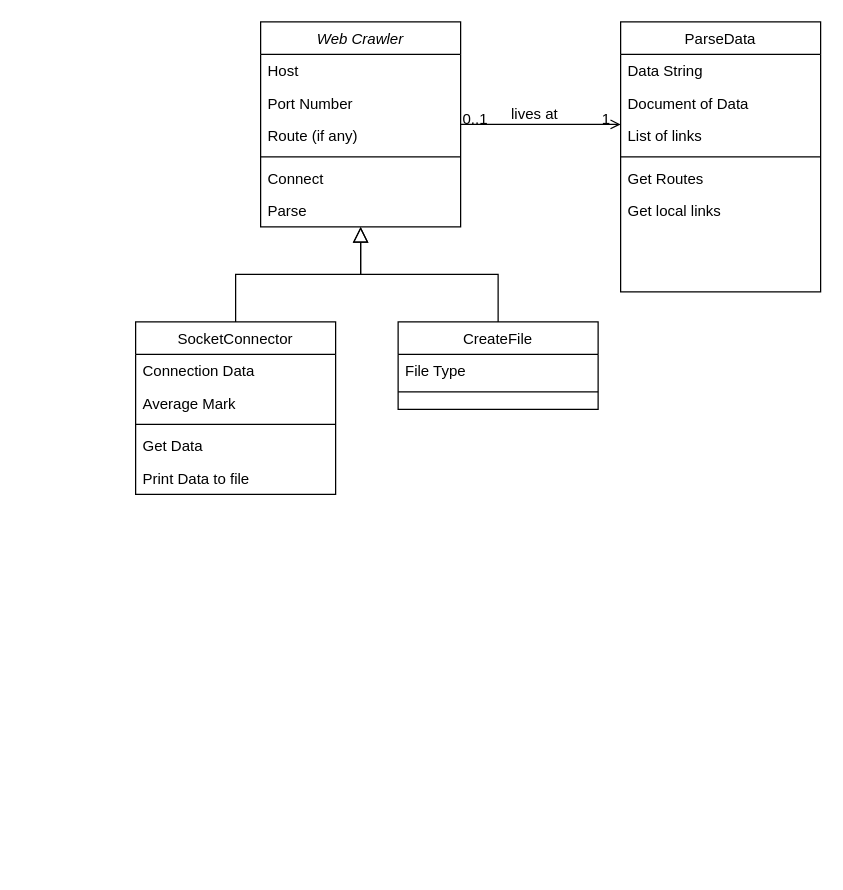
The draw.io diagram lib/src/main/java/com/josiah/training/exercises/spider/websiteSpider.drawio in 0xjosiah/intro-to-java, before the edit. Source tidied: cells renumbered, new cells numbered last; positions are measured from the earlier drawing's top-left corner, leaving out a move shared by most shapes. Both pictures are drawn from the tidied source at 125%, with x=0, y=0 at pixel (135, 21).
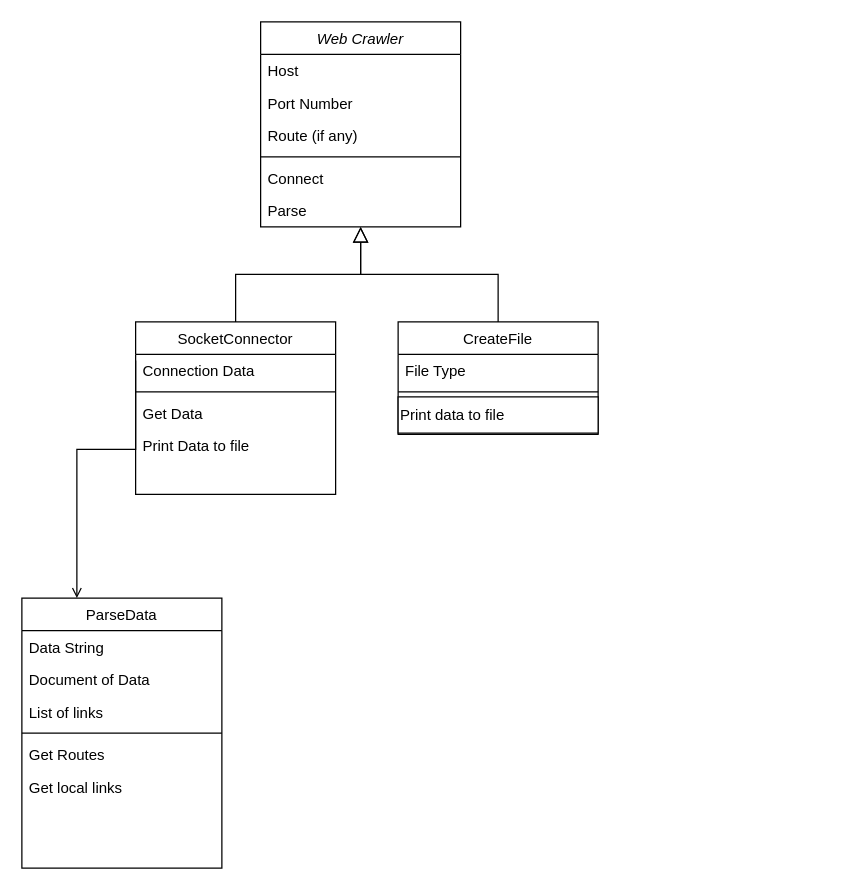
The same page after the edit.

The change refers to these unchanged cells:
```xml
<mxCell id="2" value="Web Crawler" style="swimlane;fontStyle=2;align=center;verticalAlign=top;horizontal=1;startSize=26;rounded=0;shadow=0;strokeWidth=1;" parent="1" vertex="1">
  <mxGeometry x="100" width="160" height="164" as="geometry" />
</mxCell>
<mxCell id="9" value="SocketConnector" style="swimlane;fontStyle=0;align=center;verticalAlign=top;horizontal=1;startSize=26;rounded=0;shadow=0;strokeWidth=1;" parent="1" vertex="1">
  <mxGeometry y="240" width="160" height="138" as="geometry" />
</mxCell>
<mxCell id="10" value="Connection Data" style="text;align=left;verticalAlign=top;spacingLeft=4;spacingRight=4;overflow=hidden;points=[[0,0.5],[1,0.5]];portConstraint=eastwest;" parent="9" vertex="1">
  <mxGeometry y="26" width="160" height="26" as="geometry" />
</mxCell>
```

Change to the diagram source:
```diff
@@
-    <mxCell id="11" value="Average Mark" style="text;align=left;verticalAlign=top;spacingLeft=4;spacingRight=4;overflow=hidden;rounded=0;shadow=0;html=0;" parent="9" vertex="1">
-      <mxGeometry y="52" width="160" height="26" as="geometry" />
-    </mxCell>
     <mxCell id="12" style="line;html=1;strokeWidth=1;align=left;verticalAlign=middle;spacingTop=-1;spacingLeft=3;spacingRight=3;labelPosition=right;" parent="9" vertex="1">
-      <mxGeometry y="78" width="160" height="8" as="geometry" />
+      <mxGeometry y="52" width="160" height="8" as="geometry" />
     </mxCell>
     <mxCell id="13" value="Get Data" style="text;align=left;verticalAlign=top;spacingLeft=4;spacingRight=4;overflow=hidden;fontStyle=0;" parent="9" vertex="1">
-      <mxGeometry y="86" width="160" height="26" as="geometry" />
+      <mxGeometry y="60" width="160" height="26" as="geometry" />
     </mxCell>
     <mxCell id="14" value="Print Data to file" style="text;align=left;verticalAlign=top;spacingLeft=4;spacingRight=4;overflow=hidden;" parent="9" vertex="1">
-      <mxGeometry y="112" width="160" height="26" as="geometry" />
+      <mxGeometry y="86" width="160" height="26" as="geometry" />
     </mxCell>
@@
     <mxCell id="16" value="CreateFile" style="swimlane;fontStyle=0;align=center;verticalAlign=top;horizontal=1;startSize=26;rounded=0;shadow=0;strokeWidth=1;" parent="1" vertex="1">
-      <mxGeometry x="210" y="240" width="160" height="70" as="geometry" />
+      <mxGeometry x="210" y="240" width="160" height="90" as="geometry" />
     </mxCell>
@@
+    <mxCell id="31" value="Print data to file" style="rounded=0;whiteSpace=wrap;html=1;align=left;" parent="16" vertex="1">
+      <mxGeometry y="60" width="160" height="29" as="geometry" />
+    </mxCell>
@@
     <mxCell id="20" value="ParseData" style="swimlane;fontStyle=0;align=center;verticalAlign=top;horizontal=1;startSize=26;rounded=0;shadow=0;strokeWidth=1;" parent="1" vertex="1">
-      <mxGeometry x="388" width="160" height="216" as="geometry" />
+      <mxGeometry x="-91" y="461" width="160" height="216" as="geometry" />
     </mxCell>
@@
-    <mxCell id="27" style="endArrow=open;shadow=0;strokeWidth=1;rounded=0;endFill=1;edgeStyle=elbowEdgeStyle;elbow=vertical;" parent="1" edge="1" source="2" target="20">
+    <mxCell id="27" style="endArrow=open;shadow=0;strokeWidth=1;rounded=0;endFill=1;edgeStyle=elbowEdgeStyle;elbow=vertical;exitX=0;exitY=0.192;exitDx=0;exitDy=0;exitPerimeter=0;" parent="1" edge="1" source="10" target="20">
       <mxGeometry x="0.5" y="41" relative="1" as="geometry">
+        <Array as="points">
+          <mxPoint x="-47" y="342" />
+        </Array>
         <mxPoint x="-40" y="32" as="offset" />
       </mxGeometry>
     </mxCell>
-    <mxCell id="28" value="0..1" style="align=left;verticalAlign=bottom;labelBackgroundColor=none;fontSize=12;" parent="27" vertex="1">
-      <mxGeometry x="-1" relative="1" as="geometry">
-        <mxPoint y="4" as="offset" />
-      </mxGeometry>
-    </mxCell>
-    <mxCell id="29" value="1" style="align=right;verticalAlign=bottom;labelBackgroundColor=none;fontSize=12;" parent="27" vertex="1">
-      <mxGeometry x="1" relative="1" as="geometry">
-        <mxPoint x="-7" y="4" as="offset" />
-      </mxGeometry>
-    </mxCell>
-    <mxCell id="30" value="lives at" style="text;html=1;align=center;verticalAlign=middle;labelBackgroundColor=none;rounded=0;shadow=0;strokeWidth=1;fontSize=12;" parent="27" vertex="1">
-      <mxGeometry x="0.5" y="49" relative="1" as="geometry">
-        <mxPoint x="-38" y="40" as="offset" />
-      </mxGeometry>
-    </mxCell>
```
